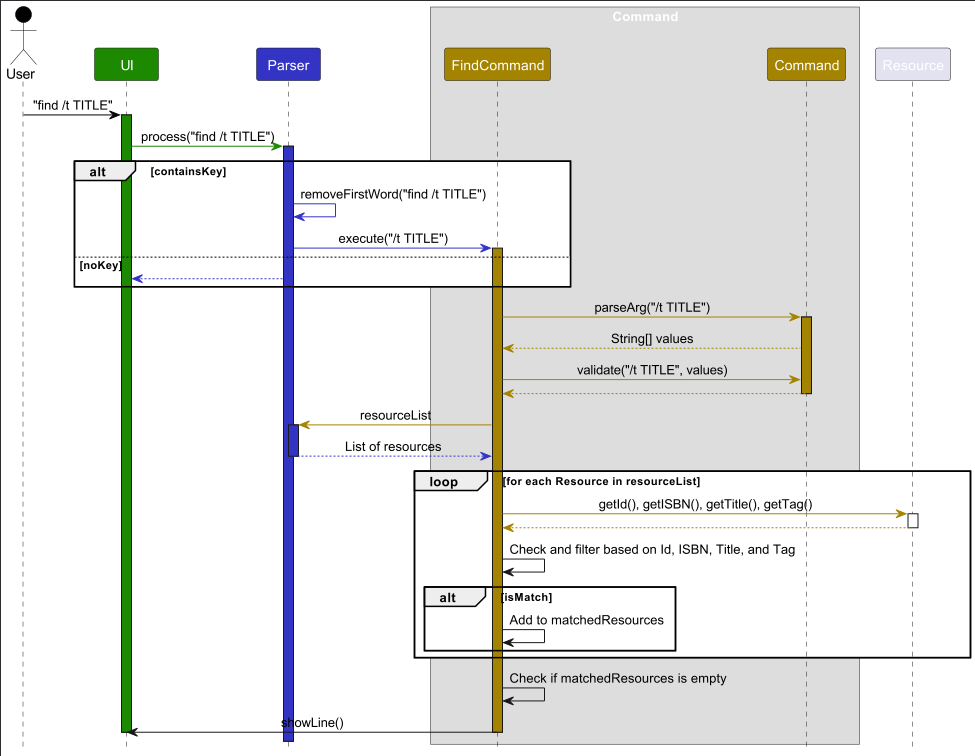
yingx9/tp keeps this PlantUML diagram as docs/images/FindSequenceDiagram.png. Above is the earlier version. Its source is kept beside it as docs/diagram/FindSequenceDiagram.puml.
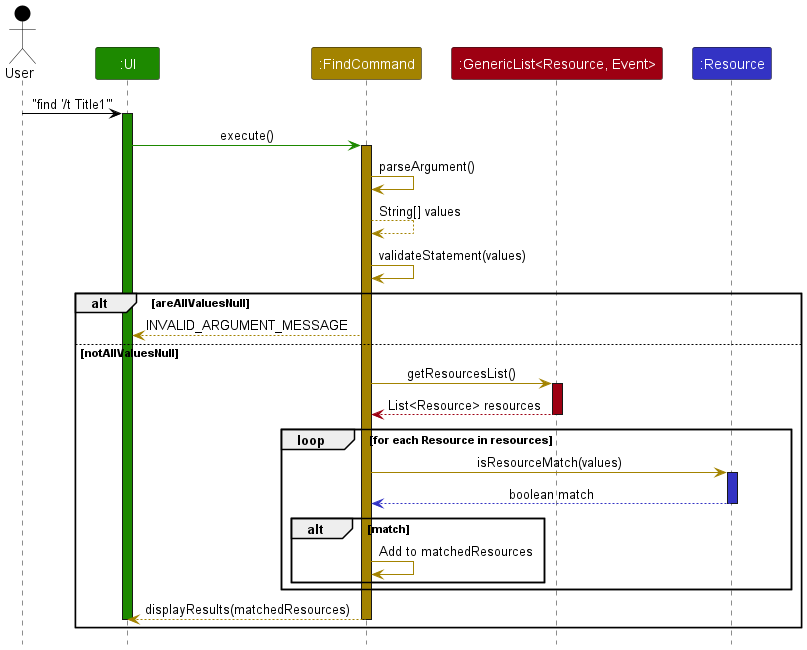
After the change.

Commit message:
Update find sequence diagram

Change to the diagram source:
```diff
@@ -7,57 +7,43 @@
 skinparam ArrowFontStyle plain
 
 Actor User as user USER_COLOR
-participant "UI" as UI UI_COLOR
-participant "Parser" as PARSER PARSER_COLOR
+participant ":UI" as UI UI_COLOR
+participant ":FindCommand" as FINDCOMMAND COMMAND_COLOR
+participant ":GenericList<Resource, Event>" as GENERICLIST STORAGE_COLOR
+participant ":Resource" as RESOURCE PARSER_COLOR
 
-box Command
-participant "FindCommand" as FINDCOMMAND COMMAND_COLOR
-participant "Command" as COMMAND COMMAND_COLOR
-end box
-
-participant "Resource" as RESOURCE
-
-user -[USER_COLOR]> UI : "find /t TITLE"
+user -[USER_COLOR]> UI : "find '/t Title1'"
 activate UI UI_COLOR
 
-UI -[UI_COLOR]> PARSER : process("find /t TITLE")
-activate PARSER PARSER_COLOR
+UI -[UI_COLOR]> FINDCOMMAND : execute()
+activate FINDCOMMAND COMMAND_COLOR
 
-alt containsKey
-    PARSER -[PARSER_COLOR]> PARSER: removeFirstWord("find /t TITLE")
-    PARSER -[PARSER_COLOR]> FINDCOMMAND: execute("/t TITLE")
-    activate FINDCOMMAND COMMAND_COLOR
-else noKey
-    PARSER --[PARSER_COLOR]> UI :
+FINDCOMMAND -[COMMAND_COLOR]> FINDCOMMAND: parseArgument()
+FINDCOMMAND --[COMMAND_COLOR]> FINDCOMMAND: String[] values
+
+FINDCOMMAND -[COMMAND_COLOR]> FINDCOMMAND: validateStatement(values)
+alt areAllValuesNull
+    FINDCOMMAND --[COMMAND_COLOR]> UI: INVALID_ARGUMENT_MESSAGE
+else notAllValuesNull
+    FINDCOMMAND -[COMMAND_COLOR]> GENERICLIST: getResourcesList()
+    activate GENERICLIST STORAGE_COLOR
+    GENERICLIST --[STORAGE_COLOR]> FINDCOMMAND: List<Resource> resources
+    deactivate GENERICLIST STORAGE_COLOR
+
+    loop for each Resource in resources
+        FINDCOMMAND -[COMMAND_COLOR]> RESOURCE: isResourceMatch(values)
+        activate RESOURCE PARSER_COLOR
+        RESOURCE --[PARSER_COLOR]> FINDCOMMAND: boolean match
+        deactivate RESOURCE PARSER_COLOR
+
+        alt match
+            FINDCOMMAND -[COMMAND_COLOR]> FINDCOMMAND : Add to matchedResources
+        end
+    end
+
+    FINDCOMMAND --[COMMAND_COLOR]> UI: displayResults(matchedResources)
+    deactivate UI UI_COLOR
+    deactivate FINDCOMMAND COMMAND_COLOR
 end
-
-FINDCOMMAND -[COMMAND_COLOR]> COMMAND : parseArg("/t TITLE")
-activate COMMAND COMMAND_COLOR
-COMMAND --[COMMAND_COLOR]> FINDCOMMAND : String[] values
-
-FINDCOMMAND -[COMMAND_COLOR]> COMMAND : validate("/t TITLE", values)
-COMMAND --[COMMAND_COLOR]> FINDCOMMAND :
-deactivate COMMAND COMMAND_COLOR
-
-FINDCOMMAND -[COMMAND_COLOR]> PARSER : resourceList
-activate PARSER PARSER_COLOR
-PARSER --[PARSER_COLOR]> FINDCOMMAND : List of resources
-deactivate PARSER PARSER_COLOR
-
-loop for each Resource in resourceList
-    FINDCOMMAND -[COMMAND_COLOR]> RESOURCE: getId(), getISBN(), getTitle(), getTag()
-    activate RESOURCE
-    RESOURCE --[COMMAND_COLOR]> FINDCOMMAND
-    deactivate RESOURCE
-
-    FINDCOMMAND -> FINDCOMMAND : Check and filter based on Id, ISBN, Title, and Tag
-    alt isMatch
-        FINDCOMMAND -> FINDCOMMAND : Add to matchedResources
-    end
-end
-
-FINDCOMMAND -> FINDCOMMAND : Check if matchedResources is empty
-FINDCOMMAND -> UI : showLine()
 deactivate FINDCOMMAND COMMAND_COLOR
-deactivate UI UI_COLOR
 @enduml
```
